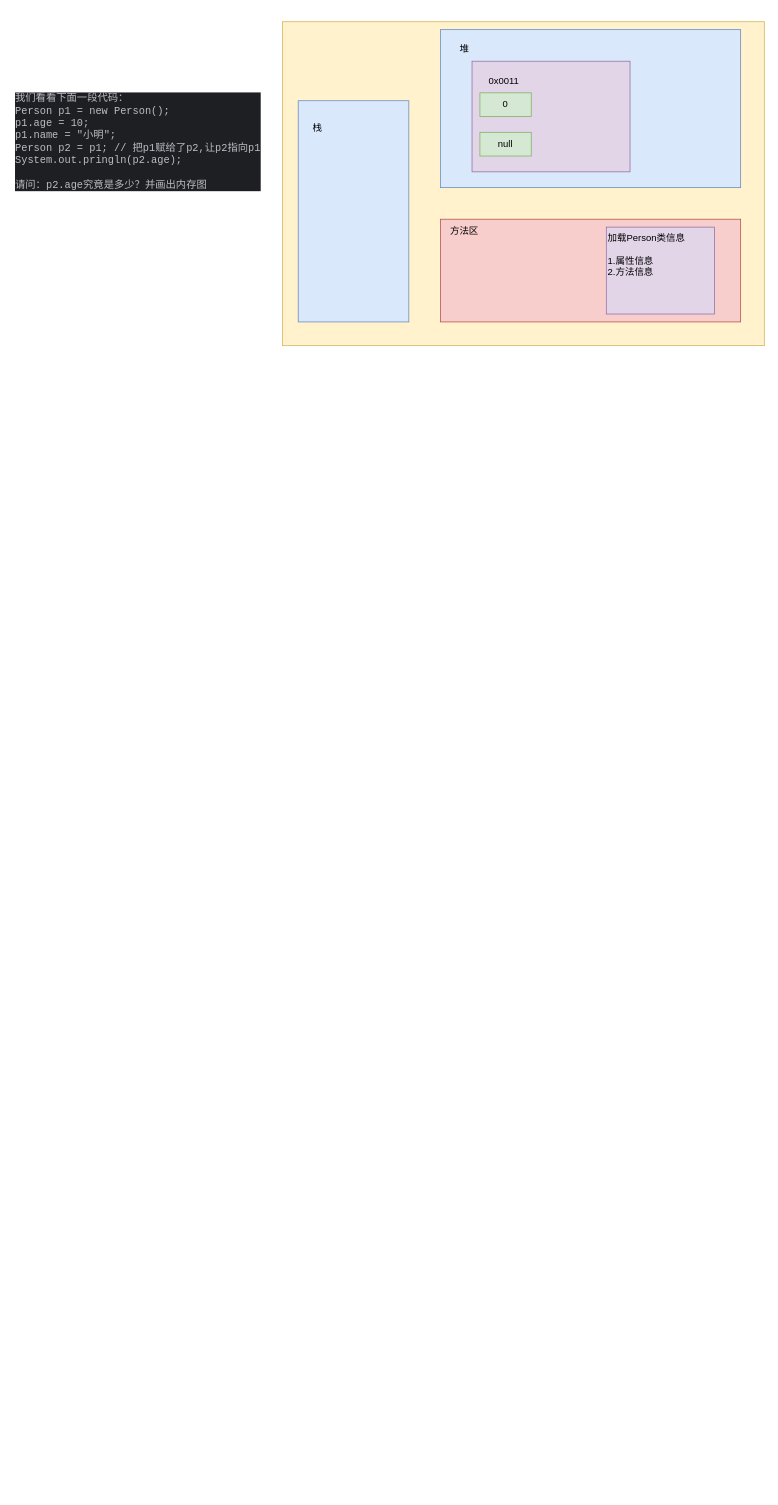
Above: chapter7/类和对象的内存分配机制.drawio in muxin-4/hspJava (draw.io), before the change. Source tidied: cells renumbered, new cells numbered last; positions are measured from the earlier drawing's top-left corner, leaving out a move shared by most shapes. Both pictures are drawn from the tidied source at 79%, with x=0, y=0 at pixel (13, 21).
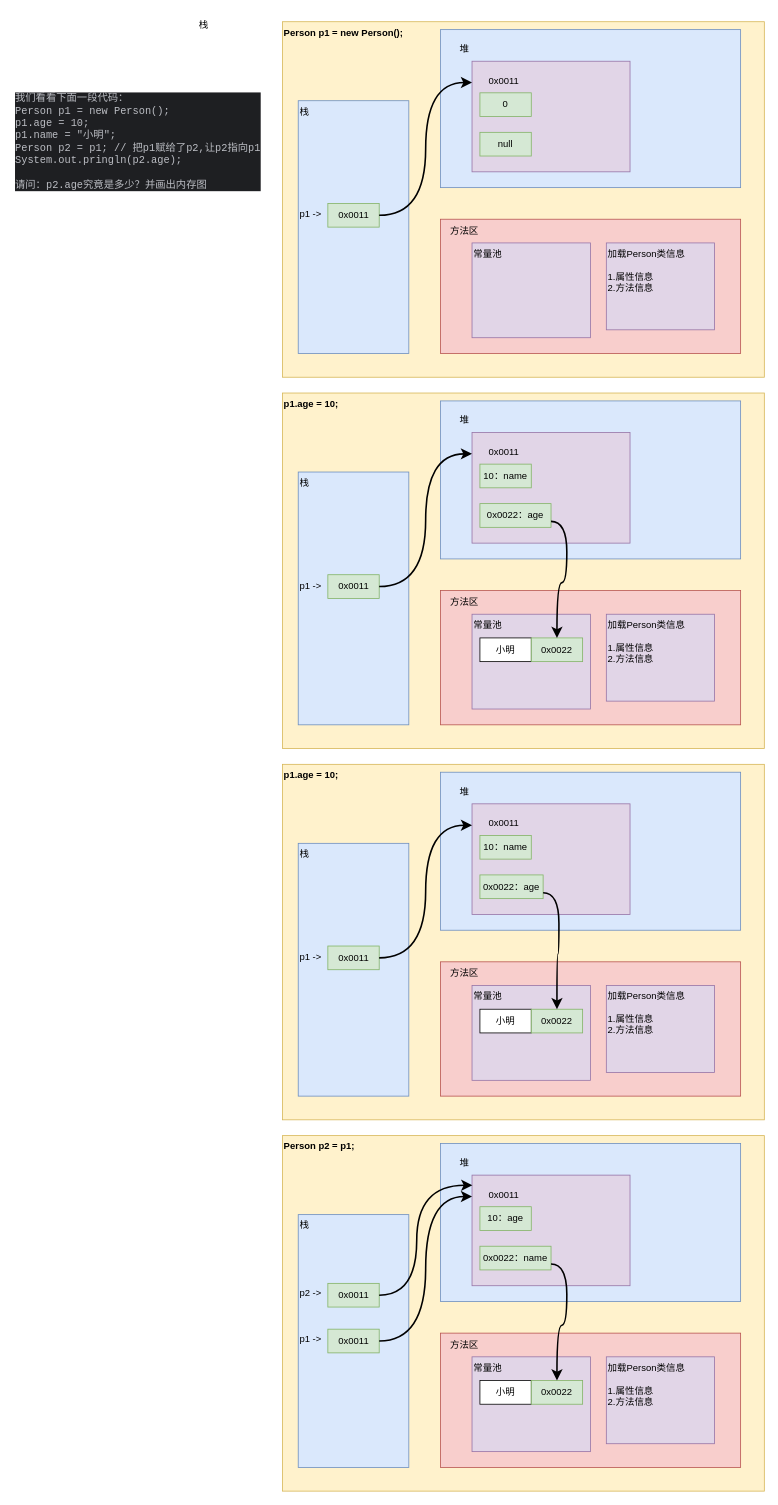
The same page after the edit.

Commit message:
更新类和对象的内存分配机制.drawio

Unchanged cells that the change refers to:
```xml
<mxCell id="12" style="rounded=0;whiteSpace=wrap;html=1;fillColor=#e1d5e7;strokeColor=#9673a6;align=left;" parent="1" vertex="1">
  <mxGeometry x="580" y="50" width="200" height="140" as="geometry" />
</mxCell>
```

What changed in the source:
```diff
@@
-    <mxCell id="3" style="rounded=0;whiteSpace=wrap;html=1;fillColor=#fff2cc;strokeColor=#d6b656;" parent="1" vertex="1">
-      <mxGeometry x="340" width="610" height="410" as="geometry" />
+    <mxCell id="3" value="&lt;b&gt;Person p1 = new Person();&lt;/b&gt;" style="rounded=0;whiteSpace=wrap;html=1;fillColor=#fff2cc;strokeColor=#d6b656;verticalAlign=top;align=left;" parent="1" vertex="1">
+      <mxGeometry x="340" width="610" height="450" as="geometry" />
     </mxCell>
-    <mxCell id="4" style="rounded=0;whiteSpace=wrap;html=1;fillColor=#dae8fc;strokeColor=#6c8ebf;" parent="1" vertex="1">
-      <mxGeometry x="360" y="100" width="140" height="280" as="geometry" />
+    <mxCell id="4" value="栈&lt;br&gt;&lt;br&gt;&lt;br&gt;&lt;br&gt;&lt;br&gt;&lt;br&gt;&lt;br&gt;&lt;br&gt;&lt;br&gt;p1 -&amp;gt;" style="rounded=0;whiteSpace=wrap;html=1;fillColor=#dae8fc;strokeColor=#6c8ebf;verticalAlign=top;align=left;" parent="1" vertex="1">
+      <mxGeometry x="360" y="100" width="140" height="320" as="geometry" />
     </mxCell>
     <mxCell id="5" value="栈" style="text;html=1;align=center;verticalAlign=middle;strokeColor=none;fillColor=none;" parent="1" vertex="1">
-      <mxGeometry x="364" y="120" width="40" height="30" as="geometry" />
+      <mxGeometry x="220" y="-10" width="40" height="30" as="geometry" />
     </mxCell>
@@
     <mxCell id="7" style="rounded=0;whiteSpace=wrap;html=1;fillColor=#f8cecc;strokeColor=#b85450;" parent="1" vertex="1">
-      <mxGeometry x="540" y="250" width="380" height="130" as="geometry" />
+      <mxGeometry x="540" y="250" width="380" height="170" as="geometry" />
     </mxCell>
@@
-    <mxCell id="9" style="rounded=0;whiteSpace=wrap;html=1;fillColor=#e1d5e7;strokeColor=#9673a6;" parent="1" vertex="1">
-      <mxGeometry x="750" y="260" width="137" height="110" as="geometry" />
+    <mxCell id="9" value="&lt;span style=&quot;text-wrap: nowrap;&quot;&gt;加载Person类信息&lt;/span&gt;&lt;div style=&quot;text-wrap: nowrap;&quot;&gt;&lt;br&gt;&lt;div&gt;1.属性信息&lt;/div&gt;&lt;div&gt;2.方法信息&lt;/div&gt;&lt;/div&gt;" style="rounded=0;whiteSpace=wrap;html=1;fillColor=#e1d5e7;strokeColor=#9673a6;align=left;verticalAlign=top;" parent="1" vertex="1">
+      <mxGeometry x="750" y="280" width="137" height="110" as="geometry" />
     </mxCell>
@@
-    <mxCell id="11" value="加载Person类信息&lt;div&gt;&lt;br&gt;&lt;div&gt;1.属性信息&lt;/div&gt;&lt;div&gt;2.方法信息&lt;/div&gt;&lt;/div&gt;" style="text;html=1;align=left;verticalAlign=middle;strokeColor=none;fillColor=none;" parent="1" vertex="1">
-      <mxGeometry x="750" y="260" width="120" height="70" as="geometry" />
-    </mxCell>
@@
+    <mxCell id="16" value="&lt;span style=&quot;text-wrap: nowrap;&quot;&gt;0x0011&lt;/span&gt;" style="rounded=0;whiteSpace=wrap;html=1;fillColor=#d5e8d4;strokeColor=#82b366;" parent="1" vertex="1">
+      <mxGeometry x="397.5" y="230" width="65" height="30" as="geometry" />
+    </mxCell>
+    <mxCell id="17" style="rounded=0;jettySize=auto;html=1;entryX=0;entryY=0.193;entryDx=0;entryDy=0;entryPerimeter=0;fontSize=12;startSize=8;endSize=8;edgeStyle=orthogonalEdgeStyle;curved=1;strokeWidth=2;" parent="1" edge="1" source="16" target="12">
+      <mxGeometry relative="1" as="geometry" />
+    </mxCell>
+    <mxCell id="18" value="&lt;div style=&quot;text-wrap: nowrap;&quot;&gt;常量池&lt;br&gt;&lt;div&gt;&lt;br&gt;&lt;/div&gt;&lt;div&gt;&lt;br&gt;&lt;/div&gt;&lt;div&gt;&lt;br&gt;&lt;/div&gt;&lt;div&gt;&lt;br&gt;&lt;/div&gt;&lt;div&gt;&lt;br&gt;&lt;/div&gt;&lt;div&gt;&lt;br&gt;&lt;/div&gt;&lt;/div&gt;" style="rounded=0;whiteSpace=wrap;html=1;fillColor=#e1d5e7;strokeColor=#9673a6;align=left;verticalAlign=top;" parent="1" vertex="1">
+      <mxGeometry x="580" y="280" width="150" height="120" as="geometry" />
+    </mxCell>
+    <mxCell id="19" value="&lt;b&gt;p1.age = 10;&lt;/b&gt;" style="rounded=0;whiteSpace=wrap;html=1;fillColor=#fff2cc;strokeColor=#d6b656;verticalAlign=top;align=left;" parent="1" vertex="1">
+      <mxGeometry x="340" y="470" width="610" height="450" as="geometry" />
+    </mxCell>
+    <mxCell id="20" value="栈&lt;br&gt;&lt;br&gt;&lt;br&gt;&lt;br&gt;&lt;br&gt;&lt;br&gt;&lt;br&gt;&lt;br&gt;&lt;br&gt;p1 -&amp;gt;" style="rounded=0;whiteSpace=wrap;html=1;fillColor=#dae8fc;strokeColor=#6c8ebf;verticalAlign=top;align=left;" parent="1" vertex="1">
+      <mxGeometry x="360" y="570" width="140" height="320" as="geometry" />
+    </mxCell>
+    <mxCell id="21" style="rounded=0;whiteSpace=wrap;html=1;fillColor=#dae8fc;strokeColor=#6c8ebf;" parent="1" vertex="1">
+      <mxGeometry x="540" y="480" width="380" height="200" as="geometry" />
+    </mxCell>
+    <mxCell id="22" style="rounded=0;whiteSpace=wrap;html=1;fillColor=#f8cecc;strokeColor=#b85450;" parent="1" vertex="1">
+      <mxGeometry x="540" y="720" width="380" height="170" as="geometry" />
+    </mxCell>
+    <mxCell id="23" value="堆" style="text;html=1;align=center;verticalAlign=middle;strokeColor=none;fillColor=none;" parent="1" vertex="1">
+      <mxGeometry x="550" y="490" width="40" height="30" as="geometry" />
+    </mxCell>
+    <mxCell id="24" value="&lt;span style=&quot;text-wrap: nowrap;&quot;&gt;加载Person类信息&lt;/span&gt;&lt;div style=&quot;text-wrap: nowrap;&quot;&gt;&lt;br&gt;&lt;div&gt;1.属性信息&lt;/div&gt;&lt;div&gt;2.方法信息&lt;/div&gt;&lt;/div&gt;" style="rounded=0;whiteSpace=wrap;html=1;fillColor=#e1d5e7;strokeColor=#9673a6;align=left;verticalAlign=top;" parent="1" vertex="1">
+      <mxGeometry x="750" y="750" width="137" height="110" as="geometry" />
+    </mxCell>
+    <mxCell id="25" value="方法区" style="text;html=1;align=center;verticalAlign=middle;strokeColor=none;fillColor=none;" parent="1" vertex="1">
+      <mxGeometry x="540" y="720" width="60" height="30" as="geometry" />
+    </mxCell>
+    <mxCell id="26" style="rounded=0;whiteSpace=wrap;html=1;fillColor=#e1d5e7;strokeColor=#9673a6;align=left;" parent="1" vertex="1">
+      <mxGeometry x="580" y="520" width="200" height="140" as="geometry" />
+    </mxCell>
+    <mxCell id="27" value="0x0011" style="text;html=1;align=center;verticalAlign=middle;strokeColor=none;fillColor=none;" parent="1" vertex="1">
+      <mxGeometry x="590" y="530" width="60" height="30" as="geometry" />
+    </mxCell>
+    <mxCell id="28" value="10：name" style="rounded=0;whiteSpace=wrap;html=1;fillColor=#d5e8d4;strokeColor=#82b366;" parent="1" vertex="1">
+      <mxGeometry x="590" y="560" width="65" height="30" as="geometry" />
+    </mxCell>
+    <mxCell id="29" value="0x0022：age" style="rounded=0;whiteSpace=wrap;html=1;fillColor=#d5e8d4;strokeColor=#82b366;" parent="1" vertex="1">
+      <mxGeometry x="590" y="610" width="90" height="30" as="geometry" />
+    </mxCell>
+    <mxCell id="30" value="&lt;span style=&quot;text-wrap: nowrap;&quot;&gt;0x0011&lt;/span&gt;" style="rounded=0;whiteSpace=wrap;html=1;fillColor=#d5e8d4;strokeColor=#82b366;" parent="1" vertex="1">
+      <mxGeometry x="397.5" y="700" width="65" height="30" as="geometry" />
+    </mxCell>
+    <mxCell id="31" style="rounded=0;jettySize=auto;html=1;entryX=0;entryY=0.193;entryDx=0;entryDy=0;entryPerimeter=0;fontSize=12;startSize=8;endSize=8;edgeStyle=orthogonalEdgeStyle;curved=1;strokeWidth=2;" parent="1" edge="1" source="30" target="26">
+      <mxGeometry relative="1" as="geometry" />
+    </mxCell>
+    <mxCell id="32" value="&lt;div style=&quot;text-wrap: nowrap;&quot;&gt;常量池&lt;br&gt;&lt;div&gt;&lt;br&gt;&lt;/div&gt;&lt;div&gt;&lt;br&gt;&lt;/div&gt;&lt;div&gt;&lt;br&gt;&lt;/div&gt;&lt;div&gt;&lt;br&gt;&lt;/div&gt;&lt;div&gt;&lt;br&gt;&lt;/div&gt;&lt;div&gt;&lt;br&gt;&lt;/div&gt;&lt;/div&gt;" style="rounded=0;whiteSpace=wrap;html=1;fillColor=#e1d5e7;strokeColor=#9673a6;align=left;verticalAlign=top;" parent="1" vertex="1">
+      <mxGeometry x="580" y="750" width="150" height="120" as="geometry" />
+    </mxCell>
+    <mxCell id="33" value="小明" style="rounded=0;whiteSpace=wrap;html=1;" parent="1" vertex="1">
+      <mxGeometry x="590" y="780" width="65" height="30" as="geometry" />
+    </mxCell>
+    <mxCell id="34" value="0x0022" style="rounded=0;whiteSpace=wrap;html=1;fillColor=#d5e8d4;strokeColor=#82b366;" parent="1" vertex="1">
+      <mxGeometry x="655" y="780" width="65" height="30" as="geometry" />
+    </mxCell>
+    <mxCell id="35" style="edgeStyle=orthogonalEdgeStyle;curved=1;rounded=0;jettySize=auto;html=1;fontSize=12;startSize=8;endSize=8;exitX=1;exitY=0.75;exitDx=0;exitDy=0;strokeWidth=2;" parent="1" edge="1" source="29" target="34">
+      <mxGeometry relative="1" as="geometry" />
+    </mxCell>
+    <mxCell id="36" value="&lt;b&gt;p1.age = 10;&lt;/b&gt;" style="rounded=0;whiteSpace=wrap;html=1;fillColor=#fff2cc;strokeColor=#d6b656;verticalAlign=top;align=left;" parent="1" vertex="1">
+      <mxGeometry x="340" y="940" width="610" height="450" as="geometry" />
+    </mxCell>
+    <mxCell id="37" value="栈&lt;br&gt;&lt;br&gt;&lt;br&gt;&lt;br&gt;&lt;br&gt;&lt;br&gt;&lt;br&gt;&lt;br&gt;&lt;br&gt;p1 -&amp;gt;" style="rounded=0;whiteSpace=wrap;html=1;fillColor=#dae8fc;strokeColor=#6c8ebf;verticalAlign=top;align=left;" parent="1" vertex="1">
+      <mxGeometry x="360" y="1040" width="140" height="320" as="geometry" />
+    </mxCell>
+    <mxCell id="38" style="rounded=0;whiteSpace=wrap;html=1;fillColor=#dae8fc;strokeColor=#6c8ebf;" parent="1" vertex="1">
+      <mxGeometry x="540" y="950" width="380" height="200" as="geometry" />
+    </mxCell>
+    <mxCell id="39" style="rounded=0;whiteSpace=wrap;html=1;fillColor=#f8cecc;strokeColor=#b85450;" parent="1" vertex="1">
+      <mxGeometry x="540" y="1190" width="380" height="170" as="geometry" />
+    </mxCell>
+    <mxCell id="40" value="堆" style="text;html=1;align=center;verticalAlign=middle;strokeColor=none;fillColor=none;" parent="1" vertex="1">
+      <mxGeometry x="550" y="960" width="40" height="30" as="geometry" />
+    </mxCell>
+    <mxCell id="41" value="&lt;span style=&quot;text-wrap: nowrap;&quot;&gt;加载Person类信息&lt;/span&gt;&lt;div style=&quot;text-wrap: nowrap;&quot;&gt;&lt;br&gt;&lt;div&gt;1.属性信息&lt;/div&gt;&lt;div&gt;2.方法信息&lt;/div&gt;&lt;/div&gt;" style="rounded=0;whiteSpace=wrap;html=1;fillColor=#e1d5e7;strokeColor=#9673a6;align=left;verticalAlign=top;" parent="1" vertex="1">
+      <mxGeometry x="750" y="1220" width="137" height="110" as="geometry" />
+    </mxCell>
+    <mxCell id="42" value="方法区" style="text;html=1;align=center;verticalAlign=middle;strokeColor=none;fillColor=none;" parent="1" vertex="1">
+      <mxGeometry x="540" y="1190" width="60" height="30" as="geometry" />
+    </mxCell>
+    <mxCell id="43" style="rounded=0;whiteSpace=wrap;html=1;fillColor=#e1d5e7;strokeColor=#9673a6;align=left;" parent="1" vertex="1">
+      <mxGeometry x="580" y="990" width="200" height="140" as="geometry" />
+    </mxCell>
+    <mxCell id="44" value="0x0011" style="text;html=1;align=center;verticalAlign=middle;strokeColor=none;fillColor=none;" parent="1" vertex="1">
+      <mxGeometry x="590" y="1000" width="60" height="30" as="geometry" />
+    </mxCell>
+    <mxCell id="45" value="10：name" style="rounded=0;whiteSpace=wrap;html=1;fillColor=#d5e8d4;strokeColor=#82b366;" parent="1" vertex="1">
+      <mxGeometry x="590" y="1030" width="65" height="30" as="geometry" />
+    </mxCell>
+    <mxCell id="46" value="0x0022：age" style="rounded=0;whiteSpace=wrap;html=1;fillColor=#d5e8d4;strokeColor=#82b366;" parent="1" vertex="1">
+      <mxGeometry x="590" y="1080" width="80" height="30" as="geometry" />
+    </mxCell>
+    <mxCell id="47" value="&lt;span style=&quot;text-wrap: nowrap;&quot;&gt;0x0011&lt;/span&gt;" style="rounded=0;whiteSpace=wrap;html=1;fillColor=#d5e8d4;strokeColor=#82b366;" parent="1" vertex="1">
+      <mxGeometry x="397.5" y="1170" width="65" height="30" as="geometry" />
+    </mxCell>
+    <mxCell id="48" style="rounded=0;jettySize=auto;html=1;entryX=0;entryY=0.193;entryDx=0;entryDy=0;entryPerimeter=0;fontSize=12;startSize=8;endSize=8;edgeStyle=orthogonalEdgeStyle;curved=1;strokeWidth=2;" parent="1" edge="1" source="47" target="43">
+      <mxGeometry relative="1" as="geometry" />
+    </mxCell>
+    <mxCell id="49" value="&lt;div style=&quot;text-wrap: nowrap;&quot;&gt;常量池&lt;br&gt;&lt;div&gt;&lt;br&gt;&lt;/div&gt;&lt;div&gt;&lt;br&gt;&lt;/div&gt;&lt;div&gt;&lt;br&gt;&lt;/div&gt;&lt;div&gt;&lt;br&gt;&lt;/div&gt;&lt;div&gt;&lt;br&gt;&lt;/div&gt;&lt;div&gt;&lt;br&gt;&lt;/div&gt;&lt;/div&gt;" style="rounded=0;whiteSpace=wrap;html=1;fillColor=#e1d5e7;strokeColor=#9673a6;align=left;verticalAlign=top;" parent="1" vertex="1">
+      <mxGeometry x="580" y="1220" width="150" height="120" as="geometry" />
+    </mxCell>
+    <mxCell id="50" value="小明" style="rounded=0;whiteSpace=wrap;html=1;" parent="1" vertex="1">
+      <mxGeometry x="590" y="1250" width="65" height="30" as="geometry" />
+    </mxCell>
+    <mxCell id="51" value="0x0022" style="rounded=0;whiteSpace=wrap;html=1;fillColor=#d5e8d4;strokeColor=#82b366;" parent="1" vertex="1">
+      <mxGeometry x="655" y="1250" width="65" height="30" as="geometry" />
+    </mxCell>
+    <mxCell id="52" style="edgeStyle=orthogonalEdgeStyle;curved=1;rounded=0;jettySize=auto;html=1;fontSize=12;startSize=8;endSize=8;exitX=1;exitY=0.75;exitDx=0;exitDy=0;strokeWidth=2;" parent="1" edge="1" source="46" target="51">
+      <mxGeometry relative="1" as="geometry" />
+    </mxCell>
+    <mxCell id="53" value="&lt;b&gt;Person p2 = p1;&lt;/b&gt;" style="rounded=0;whiteSpace=wrap;html=1;fillColor=#fff2cc;strokeColor=#d6b656;verticalAlign=top;align=left;" parent="1" vertex="1">
+      <mxGeometry x="340" y="1410" width="610" height="450" as="geometry" />
+    </mxCell>
+    <mxCell id="54" value="栈&lt;br&gt;&lt;br&gt;&lt;br&gt;&lt;br&gt;&lt;br&gt;&lt;br&gt;&lt;div&gt;p2 -&amp;gt;&lt;br&gt;&lt;br&gt;&lt;br&gt;&lt;br&gt;p1 -&amp;gt;&lt;/div&gt;" style="rounded=0;whiteSpace=wrap;html=1;fillColor=#dae8fc;strokeColor=#6c8ebf;verticalAlign=top;align=left;" parent="1" vertex="1">
+      <mxGeometry x="360" y="1510" width="140" height="320" as="geometry" />
+    </mxCell>
+    <mxCell id="55" style="rounded=0;whiteSpace=wrap;html=1;fillColor=#dae8fc;strokeColor=#6c8ebf;" parent="1" vertex="1">
+      <mxGeometry x="540" y="1420" width="380" height="200" as="geometry" />
+    </mxCell>
+    <mxCell id="56" style="rounded=0;whiteSpace=wrap;html=1;fillColor=#f8cecc;strokeColor=#b85450;" parent="1" vertex="1">
+      <mxGeometry x="540" y="1660" width="380" height="170" as="geometry" />
+    </mxCell>
+    <mxCell id="57" value="堆" style="text;html=1;align=center;verticalAlign=middle;strokeColor=none;fillColor=none;" parent="1" vertex="1">
+      <mxGeometry x="550" y="1430" width="40" height="30" as="geometry" />
+    </mxCell>
+    <mxCell id="58" value="&lt;span style=&quot;text-wrap: nowrap;&quot;&gt;加载Person类信息&lt;/span&gt;&lt;div style=&quot;text-wrap: nowrap;&quot;&gt;&lt;br&gt;&lt;div&gt;1.属性信息&lt;/div&gt;&lt;div&gt;2.方法信息&lt;/div&gt;&lt;/div&gt;" style="rounded=0;whiteSpace=wrap;html=1;fillColor=#e1d5e7;strokeColor=#9673a6;align=left;verticalAlign=top;" parent="1" vertex="1">
+      <mxGeometry x="750" y="1690" width="137" height="110" as="geometry" />
+    </mxCell>
+    <mxCell id="59" value="方法区" style="text;html=1;align=center;verticalAlign=middle;strokeColor=none;fillColor=none;" parent="1" vertex="1">
+      <mxGeometry x="540" y="1660" width="60" height="30" as="geometry" />
+    </mxCell>
+    <mxCell id="60" style="rounded=0;whiteSpace=wrap;html=1;fillColor=#e1d5e7;strokeColor=#9673a6;align=left;" parent="1" vertex="1">
+      <mxGeometry x="580" y="1460" width="200" height="140" as="geometry" />
+    </mxCell>
+    <mxCell id="61" value="0x0011" style="text;html=1;align=center;verticalAlign=middle;strokeColor=none;fillColor=none;" parent="1" vertex="1">
+      <mxGeometry x="590" y="1470" width="60" height="30" as="geometry" />
+    </mxCell>
+    <mxCell id="62" value="10：age" style="rounded=0;whiteSpace=wrap;html=1;fillColor=#d5e8d4;strokeColor=#82b366;" parent="1" vertex="1">
+      <mxGeometry x="590" y="1500" width="65" height="30" as="geometry" />
+    </mxCell>
+    <mxCell id="63" value="0x0022：name" style="rounded=0;whiteSpace=wrap;html=1;fillColor=#d5e8d4;strokeColor=#82b366;" parent="1" vertex="1">
+      <mxGeometry x="590" y="1550" width="90" height="30" as="geometry" />
+    </mxCell>
+    <mxCell id="64" value="&lt;span style=&quot;text-wrap: nowrap;&quot;&gt;0x0011&lt;/span&gt;" style="rounded=0;whiteSpace=wrap;html=1;fillColor=#d5e8d4;strokeColor=#82b366;" parent="1" vertex="1">
+      <mxGeometry x="397.5" y="1655" width="65" height="30" as="geometry" />
+    </mxCell>
+    <mxCell id="65" style="rounded=0;jettySize=auto;html=1;entryX=0;entryY=0.193;entryDx=0;entryDy=0;entryPerimeter=0;fontSize=12;startSize=8;endSize=8;edgeStyle=orthogonalEdgeStyle;curved=1;strokeWidth=2;" parent="1" edge="1" source="64" target="60">
+      <mxGeometry relative="1" as="geometry" />
+    </mxCell>
+    <mxCell id="66" value="&lt;div style=&quot;text-wrap: nowrap;&quot;&gt;常量池&lt;br&gt;&lt;div&gt;&lt;br&gt;&lt;/div&gt;&lt;div&gt;&lt;br&gt;&lt;/div&gt;&lt;div&gt;&lt;br&gt;&lt;/div&gt;&lt;div&gt;&lt;br&gt;&lt;/div&gt;&lt;div&gt;&lt;br&gt;&lt;/div&gt;&lt;div&gt;&lt;br&gt;&lt;/div&gt;&lt;/div&gt;" style="rounded=0;whiteSpace=wrap;html=1;fillColor=#e1d5e7;strokeColor=#9673a6;align=left;verticalAlign=top;" parent="1" vertex="1">
+      <mxGeometry x="580" y="1690" width="150" height="120" as="geometry" />
+    </mxCell>
+    <mxCell id="67" value="小明" style="rounded=0;whiteSpace=wrap;html=1;" parent="1" vertex="1">
+      <mxGeometry x="590" y="1720" width="65" height="30" as="geometry" />
+    </mxCell>
+    <mxCell id="68" value="0x0022" style="rounded=0;whiteSpace=wrap;html=1;fillColor=#d5e8d4;strokeColor=#82b366;" parent="1" vertex="1">
+      <mxGeometry x="655" y="1720" width="65" height="30" as="geometry" />
+    </mxCell>
+    <mxCell id="69" style="edgeStyle=orthogonalEdgeStyle;curved=1;rounded=0;jettySize=auto;html=1;fontSize=12;startSize=8;endSize=8;exitX=1;exitY=0.75;exitDx=0;exitDy=0;strokeWidth=2;" parent="1" edge="1" source="63" target="68">
+      <mxGeometry relative="1" as="geometry" />
+    </mxCell>
+    <mxCell id="70" value="&lt;span style=&quot;text-wrap: nowrap;&quot;&gt;0x0011&lt;/span&gt;" style="rounded=0;whiteSpace=wrap;html=1;fillColor=#d5e8d4;strokeColor=#82b366;" parent="1" vertex="1">
+      <mxGeometry x="397.5" y="1597" width="65" height="30" as="geometry" />
+    </mxCell>
+    <mxCell id="71" style="edgeStyle=orthogonalEdgeStyle;curved=1;rounded=0;jettySize=auto;html=1;entryX=0.002;entryY=0.091;entryDx=0;entryDy=0;entryPerimeter=0;fontSize=12;startSize=8;endSize=8;strokeWidth=2;" parent="1" edge="1" source="70" target="60">
+      <mxGeometry relative="1" as="geometry">
+        <Array as="points">
+          <mxPoint x="510" y="1612" />
+          <mxPoint x="510" y="1473" />
+        </Array>
+      </mxGeometry>
+    </mxCell>
```
